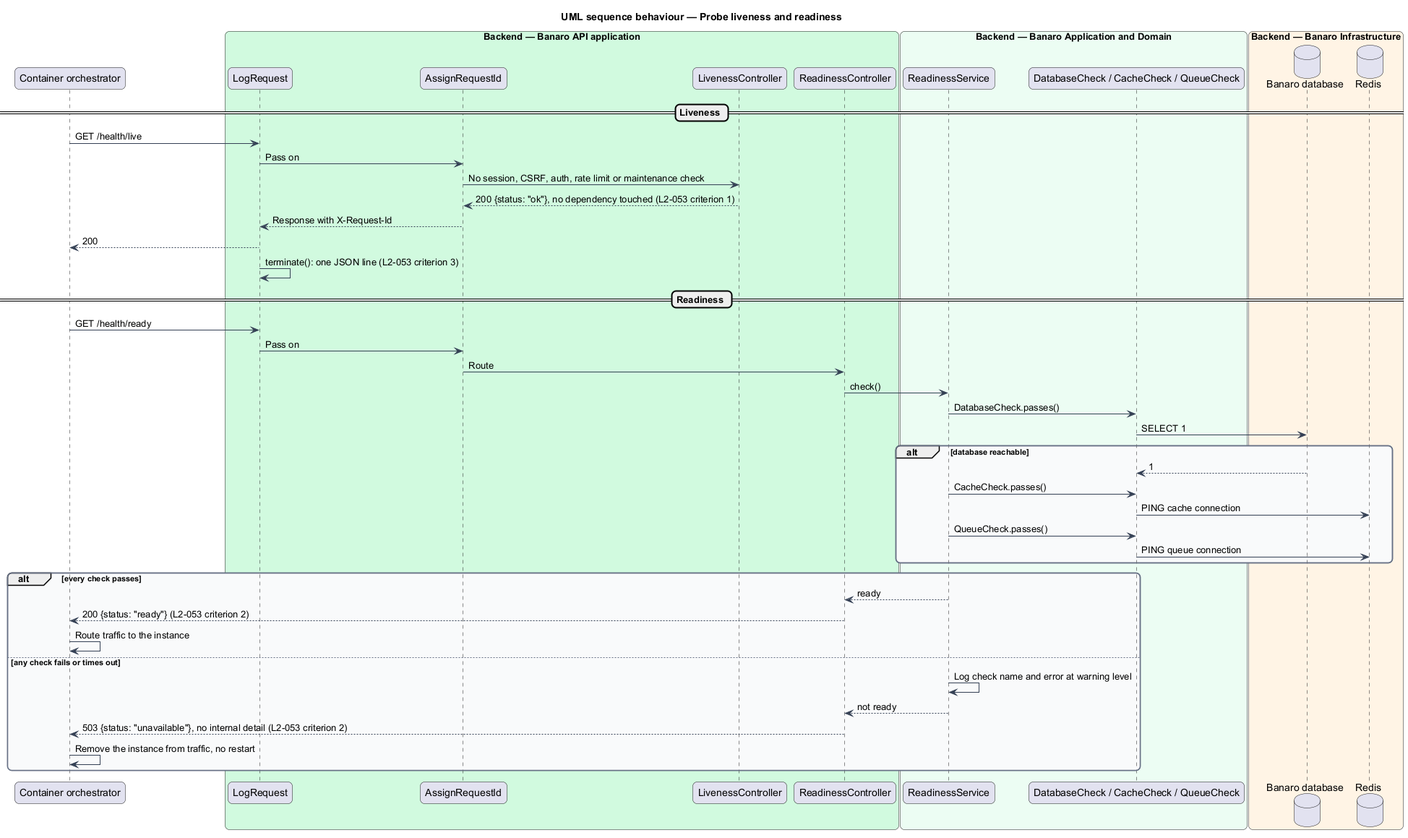
This is docs/detailed-designs/operations/observe-health/diagrams/sequence-probe-health.png from QuinntyneBrown/banaro, a PlantUML export, as it was before one commit. The source it was exported from:
```plantuml
@startuml
title UML sequence behaviour — Probe liveness and readiness
skinparam backgroundColor #FFFFFF
skinparam shadowing false
skinparam roundcorner 12
skinparam defaultFontName Arial
skinparam ArrowColor #344054
skinparam rectangle {
  BorderColor #344054
  FontColor #101828
}
skinparam package {
  BorderColor #667085
  FontColor #101828
  BackgroundColor #F9FAFB
}
participant "Container orchestrator" as orch
box "Backend — Banaro API application" #D1FADF
  participant "LogRequest" as log
  participant "AssignRequestId" as reqid
  participant "LivenessController" as live
  participant "ReadinessController" as ready
end box
box "Backend — Banaro Application and Domain" #ECFDF3
  participant "ReadinessService" as svc
  participant "DatabaseCheck / CacheCheck / QueueCheck" as checks
end box
box "Backend — Banaro Infrastructure" #FFF4E5
  database "Banaro database" as db
  database "Redis" as redis
end box

== Liveness ==
orch -> log : GET /health/live
log -> reqid : Pass on
reqid -> live : No session, CSRF, auth, rate limit or maintenance check
live --> reqid : 200 {status: "ok"}, no dependency touched (L2-053 criterion 1)
reqid --> log : Response with X-Request-Id
log --> orch : 200
log -> log : terminate(): one JSON line (L2-053 criterion 3)

== Readiness ==
orch -> log : GET /health/ready
log -> reqid : Pass on
reqid -> ready : Route
ready -> svc : check()
svc -> checks : DatabaseCheck.passes()
checks -> db : SELECT 1
alt database reachable
  db --> checks : 1
  svc -> checks : CacheCheck.passes()
  checks -> redis : PING cache connection
  svc -> checks : QueueCheck.passes()
  checks -> redis : PING queue connection
end
alt every check passes
  svc --> ready : ready
  ready --> orch : 200 {status: "ready"} (L2-053 criterion 2)
  orch -> orch : Route traffic to the instance
else any check fails or times out
  svc -> svc : Log check name and error at warning level
  svc --> ready : not ready
  ready --> orch : 503 {status: "unavailable"}, no internal detail (L2-053 criterion 2)
  orch -> orch : Remove the instance from traffic, no restart
end
@enduml
```
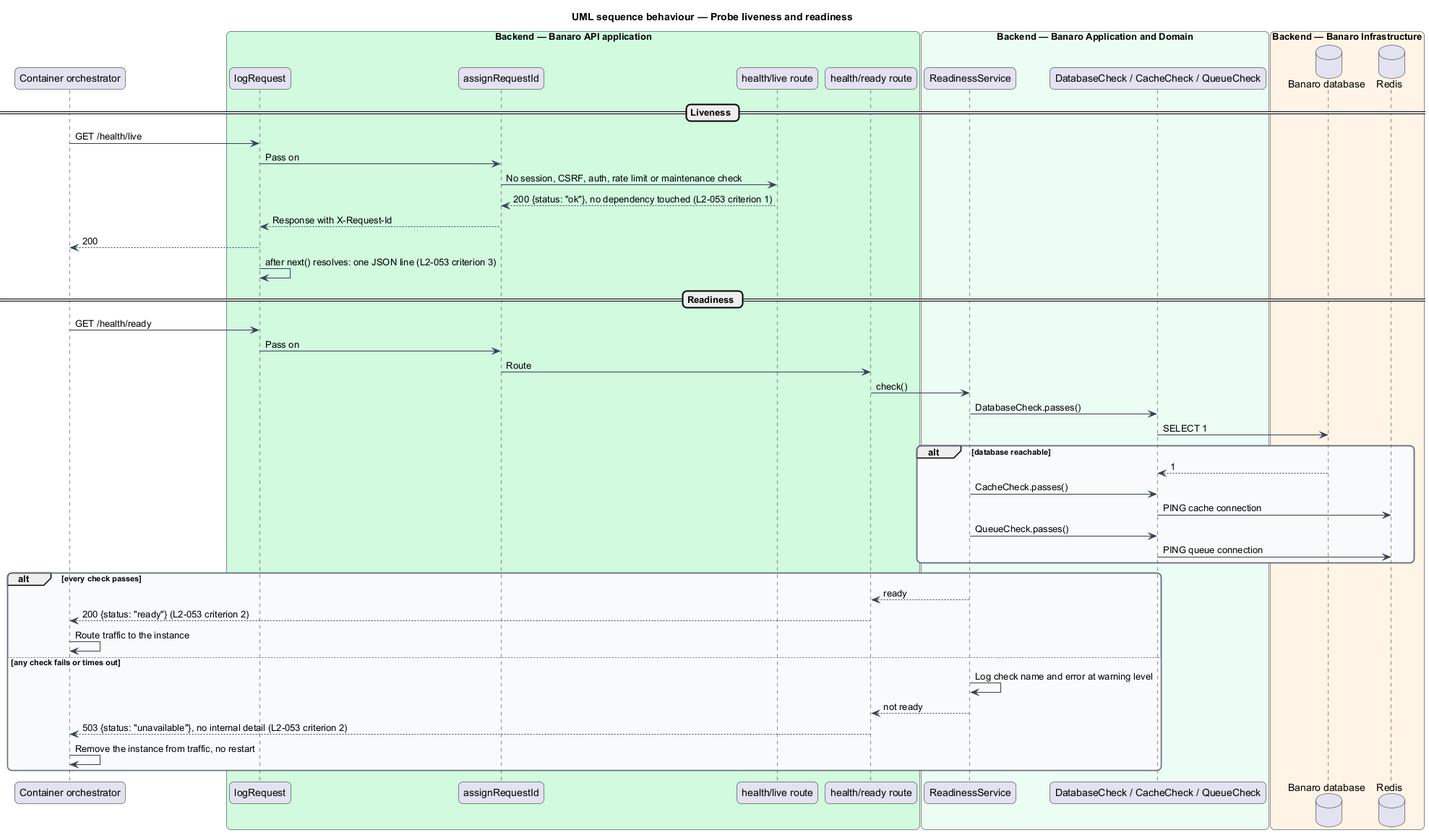
Above is the later version.

Diff of the diagram source:
```diff
@@ -16,10 +16,10 @@
 }
 participant "Container orchestrator" as orch
 box "Backend — Banaro API application" #D1FADF
-  participant "LogRequest" as log
-  participant "AssignRequestId" as reqid
-  participant "LivenessController" as live
-  participant "ReadinessController" as ready
+  participant "logRequest" as log
+  participant "assignRequestId" as reqid
+  participant "health/live route" as live
+  participant "health/ready route" as ready
 end box
 box "Backend — Banaro Application and Domain" #ECFDF3
   participant "ReadinessService" as svc
@@ -37,7 +37,7 @@
 live --> reqid : 200 {status: "ok"}, no dependency touched (L2-053 criterion 1)
 reqid --> log : Response with X-Request-Id
 log --> orch : 200
-log -> log : terminate(): one JSON line (L2-053 criterion 3)
+log -> log : after next() resolves: one JSON line (L2-053 criterion 3)
 
 == Readiness ==
 orch -> log : GET /health/ready
```
